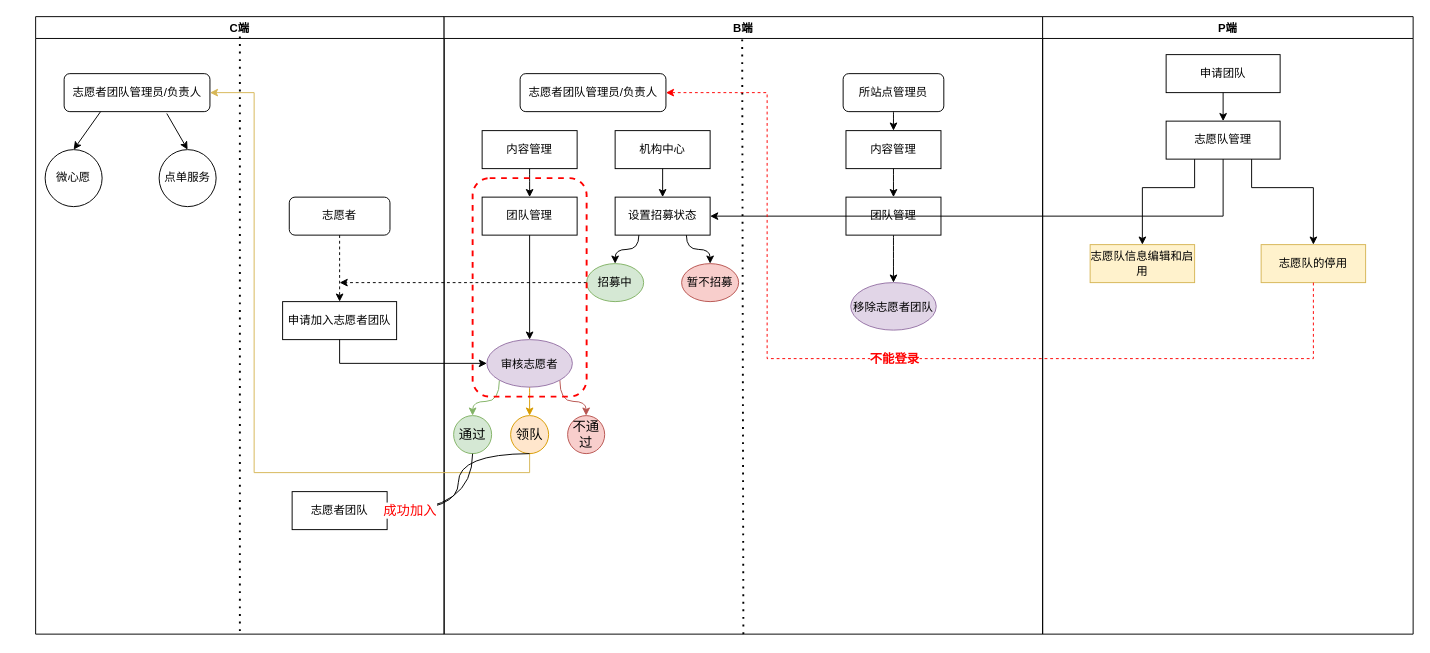
KZ137onethe/hello-world keeps this draw.io diagram as 志愿者团队.drawio. Above is the earlier version. Source tidied: cells renumbered, new cells numbered last; positions are measured from the earlier drawing's top-left corner, leaving out a move shared by most shapes. Both pictures are drawn from the tidied source at 95%, with x=0, y=0 at pixel (35, 16).
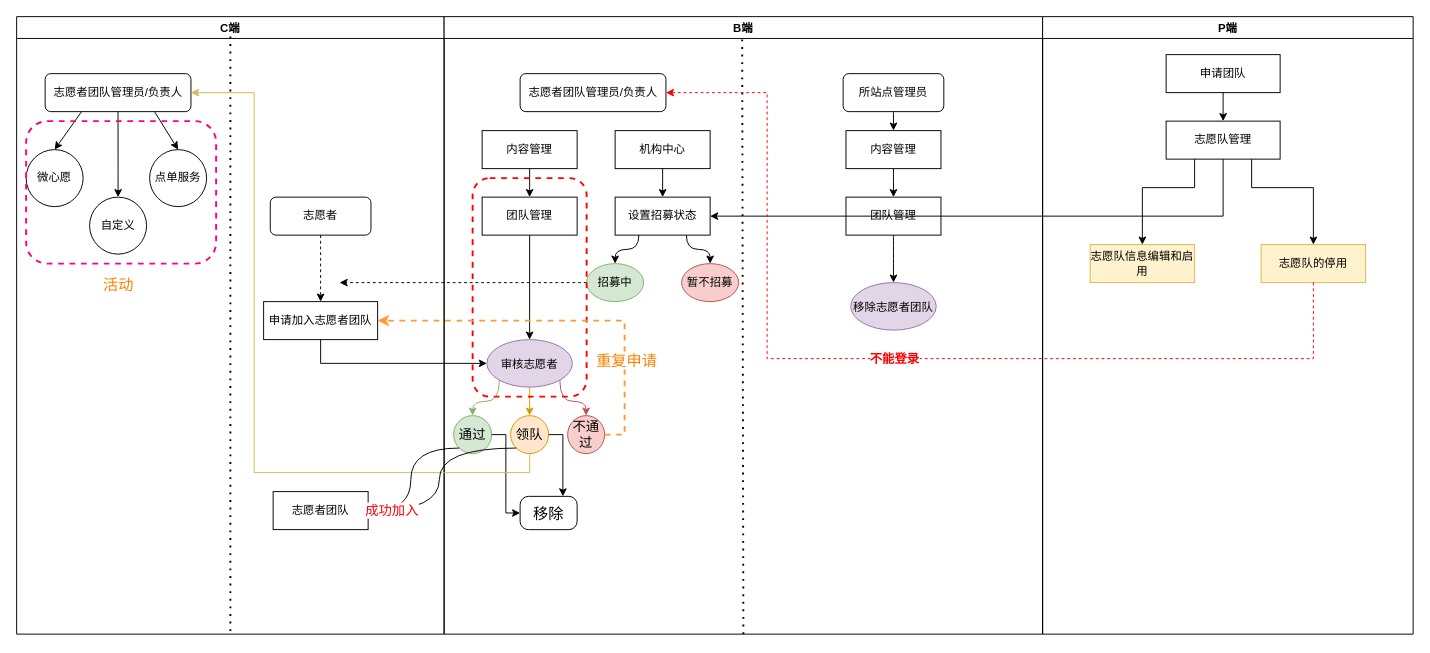
After the change.

Commit message:
更新志愿者团队.drawio

Unchanged cells that the change refers to:
```xml
<mxCell id="4" value="申请加入志愿者团队" style="rounded=0;whiteSpace=wrap;html=1;" parent="2" vertex="1">
  <mxGeometry x="260" y="300" width="120" height="40" as="geometry" />
</mxCell>
<mxCell id="6" value="志愿者团队管理员/负责人" style="rounded=1;whiteSpace=wrap;html=1;" parent="2" vertex="1">
  <mxGeometry x="30" y="60" width="153.5" height="40" as="geometry" />
</mxCell>
<mxCell id="7" value="志愿者团队" style="rounded=0;whiteSpace=wrap;html=1;" parent="2" vertex="1">
  <mxGeometry x="270" y="500" width="100" height="40" as="geometry" />
</mxCell>
<mxCell id="12" value="B端" style="swimlane;" parent="1" vertex="1">
  <mxGeometry x="430" width="630" height="650" as="geometry" />
</mxCell>
<mxCell id="25" value="&lt;font color=&quot;#000000&quot;&gt;通过&lt;/font&gt;" style="ellipse;whiteSpace=wrap;html=1;fontSize=14;fillColor=#d5e8d4;strokeColor=#82b366;" parent="12" vertex="1">
  <mxGeometry x="10" y="420" width="40" height="40" as="geometry" />
</mxCell>
<mxCell id="26" value="&lt;font color=&quot;#000000&quot;&gt;不通过&lt;/font&gt;" style="ellipse;whiteSpace=wrap;html=1;fontSize=14;fillColor=#f8cecc;strokeColor=#b85450;" parent="12" vertex="1">
  <mxGeometry x="130" y="420" width="39" height="40" as="geometry" />
</mxCell>
<mxCell id="27" value="&lt;font color=&quot;#000000&quot;&gt;领队&lt;/font&gt;" style="ellipse;whiteSpace=wrap;html=1;fontSize=14;fillColor=#ffe6cc;strokeColor=#d79b00;" parent="12" vertex="1">
  <mxGeometry x="70" y="420" width="40" height="40" as="geometry" />
</mxCell>
<mxCell id="34" value="&lt;span style=&quot;font-size: 12px&quot;&gt;审核志愿者&lt;/span&gt;" style="ellipse;whiteSpace=wrap;html=1;fontSize=14;fillColor=#e1d5e7;strokeColor=#9673a6;" parent="12" vertex="1">
  <mxGeometry x="45" y="340" width="90" height="50" as="geometry" />
</mxCell>
```

The edit, as a diff of the source:
```diff
@@
     <mxCell id="2" value="C端" style="swimlane;" parent="1" vertex="1">
-      <mxGeometry width="430" height="650" as="geometry" />
+      <mxGeometry x="-20" width="450" height="650" as="geometry" />
     </mxCell>
@@
     <mxCell id="9" value="点单服务" style="ellipse;whiteSpace=wrap;html=1;strokeColor=default;strokeWidth=1;fillColor=#FFFFFF;" parent="2" vertex="1">
-      <mxGeometry x="130" y="140" width="60" height="60" as="geometry" />
+      <mxGeometry x="140" y="140" width="60" height="60" as="geometry" />
     </mxCell>
@@
-    <mxCell id="11" style="endArrow=classic;html=1;rounded=0;exitX=0.704;exitY=1.05;exitDx=0;exitDy=0;exitPerimeter=0;entryX=0.5;entryY=0;entryDx=0;entryDy=0;" parent="2" edge="1" source="6" target="9">
+    <mxCell id="11" style="endArrow=classic;html=1;rounded=0;exitX=0.75;exitY=1;exitDx=0;exitDy=0;entryX=0.5;entryY=0;entryDx=0;entryDy=0;" parent="2" edge="1" source="6" target="9">
       <mxGeometry relative="1" as="geometry" />
     </mxCell>
+    <mxCell id="58" value="自定义" style="ellipse;whiteSpace=wrap;html=1;strokeColor=default;strokeWidth=1;fillColor=#FFFFFF;" parent="2" vertex="1">
+      <mxGeometry x="76.8" y="190" width="60" height="60" as="geometry" />
+    </mxCell>
+    <mxCell id="59" style="endArrow=classic;html=1;rounded=0;exitX=0.5;exitY=1;exitDx=0;exitDy=0;" parent="2" edge="1" source="6" target="58">
+      <mxGeometry relative="1" as="geometry" />
+    </mxCell>
+    <mxCell id="60" style="rounded=1;whiteSpace=wrap;html=1;fillColor=none;strokeColor=#FF0080;dashed=1;strokeWidth=2;" parent="2" vertex="1">
+      <mxGeometry x="10" y="110" width="200" height="150" as="geometry" />
+    </mxCell>
+    <mxCell id="61" value="&lt;font style=&quot;font-size: 16px ; font-weight: normal&quot; color=&quot;#ff8000&quot;&gt;活动&lt;/font&gt;" style="text;strokeColor=none;fillColor=none;html=1;fontSize=24;fontStyle=1;verticalAlign=middle;align=center;dashed=1;" parent="2" vertex="1">
+      <mxGeometry x="56.8" y="260" width="100" height="40" as="geometry" />
+    </mxCell>
@@
+    <mxCell id="62" value="移除" style="rounded=1;whiteSpace=wrap;html=1;fontSize=16;fontColor=#000000;strokeColor=#000000;strokeWidth=1;fillColor=default;arcSize=25;" parent="12" vertex="1">
+      <mxGeometry x="80" y="505" width="60" height="35" as="geometry" />
+    </mxCell>
+    <mxCell id="63" style="endArrow=classic;html=1;rounded=0;fontSize=16;fontColor=#FF8000;strokeColor=#000000;strokeWidth=1;exitX=1;exitY=0.5;exitDx=0;exitDy=0;entryX=0;entryY=0.5;entryDx=0;entryDy=0;edgeStyle=orthogonalEdgeStyle;elbow=vertical;" parent="12" edge="1" source="25" target="62">
+      <mxGeometry relative="1" as="geometry" />
+    </mxCell>
+    <mxCell id="64" style="endArrow=classic;html=1;rounded=0;fontSize=16;fontColor=#FF8000;strokeColor=#000000;strokeWidth=1;elbow=vertical;exitX=1;exitY=0.5;exitDx=0;exitDy=0;entryX=0.75;entryY=0;entryDx=0;entryDy=0;edgeStyle=orthogonalEdgeStyle;" parent="12" edge="1" source="27" target="62">
+      <mxGeometry relative="1" as="geometry" />
+    </mxCell>
@@
     <mxCell id="46" style="endArrow=classic;html=1;rounded=0;fontSize=14;fontColor=#FF0000;strokeColor=#000000;exitX=0.5;exitY=1;exitDx=0;exitDy=0;entryX=0;entryY=0.5;entryDx=0;entryDy=0;" parent="1" edge="1" source="4" target="34">
       <mxGeometry relative="1" as="geometry">
         <Array as="points">
-          <mxPoint x="320" y="365" />
+          <mxPoint x="300" y="365" />
         </Array>
       </mxGeometry>
     </mxCell>
@@
-    <mxCell id="52" style="endArrow=classic;html=1;rounded=0;exitX=0.5;exitY=1;exitDx=0;exitDy=0;entryX=1;entryY=0.5;entryDx=0;entryDy=0;edgeStyle=orthogonalEdgeStyle;curved=1;" parent="1" edge="1" source="25" target="7">
+    <mxCell id="52" style="endArrow=classic;html=1;rounded=0;exitX=0;exitY=1;exitDx=0;exitDy=0;entryX=1;entryY=0.5;entryDx=0;entryDy=0;edgeStyle=orthogonalEdgeStyle;curved=1;" parent="1" edge="1" source="25" target="7">
       <mxGeometry relative="1" as="geometry" />
     </mxCell>
-    <mxCell id="53" style="endArrow=classic;html=1;rounded=0;edgeStyle=orthogonalEdgeStyle;curved=1;entryX=1;entryY=0.5;entryDx=0;entryDy=0;" parent="1" edge="1" target="7">
-      <mxGeometry relative="1" as="geometry">
-        <mxPoint x="520" y="460" as="sourcePoint" />
-      </mxGeometry>
+    <mxCell id="53" style="endArrow=classic;html=1;rounded=0;edgeStyle=orthogonalEdgeStyle;curved=1;entryX=1;entryY=0.5;entryDx=0;entryDy=0;exitX=0;exitY=1;exitDx=0;exitDy=0;" parent="1" edge="1" source="27" target="7">
+      <mxGeometry relative="1" as="geometry" />
     </mxCell>
@@
+    <mxCell id="65" style="endArrow=classic;html=1;rounded=0;fontSize=16;fontColor=#FF8000;exitX=1;exitY=0.5;exitDx=0;exitDy=0;entryX=1;entryY=0.5;entryDx=0;entryDy=0;strokeWidth=2;strokeColor=#FF9933;dashed=1;" parent="1" edge="1" source="26" target="4">
+      <mxGeometry relative="1" as="geometry">
+        <Array as="points">
+          <mxPoint x="620" y="440" />
+          <mxPoint x="620" y="320" />
+        </Array>
+      </mxGeometry>
+    </mxCell>
+    <mxCell id="66" value="重复申请" style="edgeLabel;html=1;align=center;verticalAlign=middle;fontSize=16;fontColor=#FF8000;" parent="65" vertex="1">
+      <mxGeometry x="-0.5" y="-1" relative="1" as="geometry" />
+    </mxCell>
```
